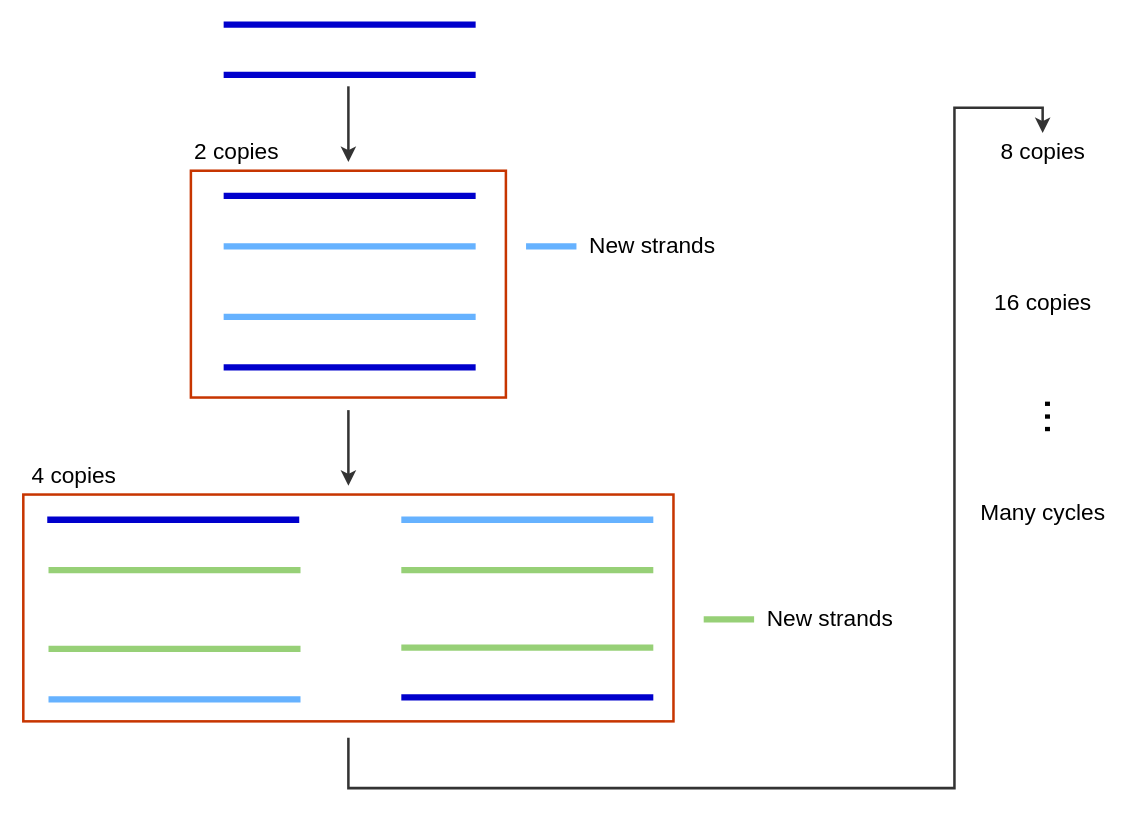
The draw.io diagram PCR.drawio in 16281022/os-lab1, before the edit. Source tidied: cells renumbered, new cells numbered last; positions are measured from the earlier drawing's top-left corner, leaving out a move shared by most shapes. Both pictures are drawn from the tidied source at 126%, with x=0, y=0 at pixel (23, 24).
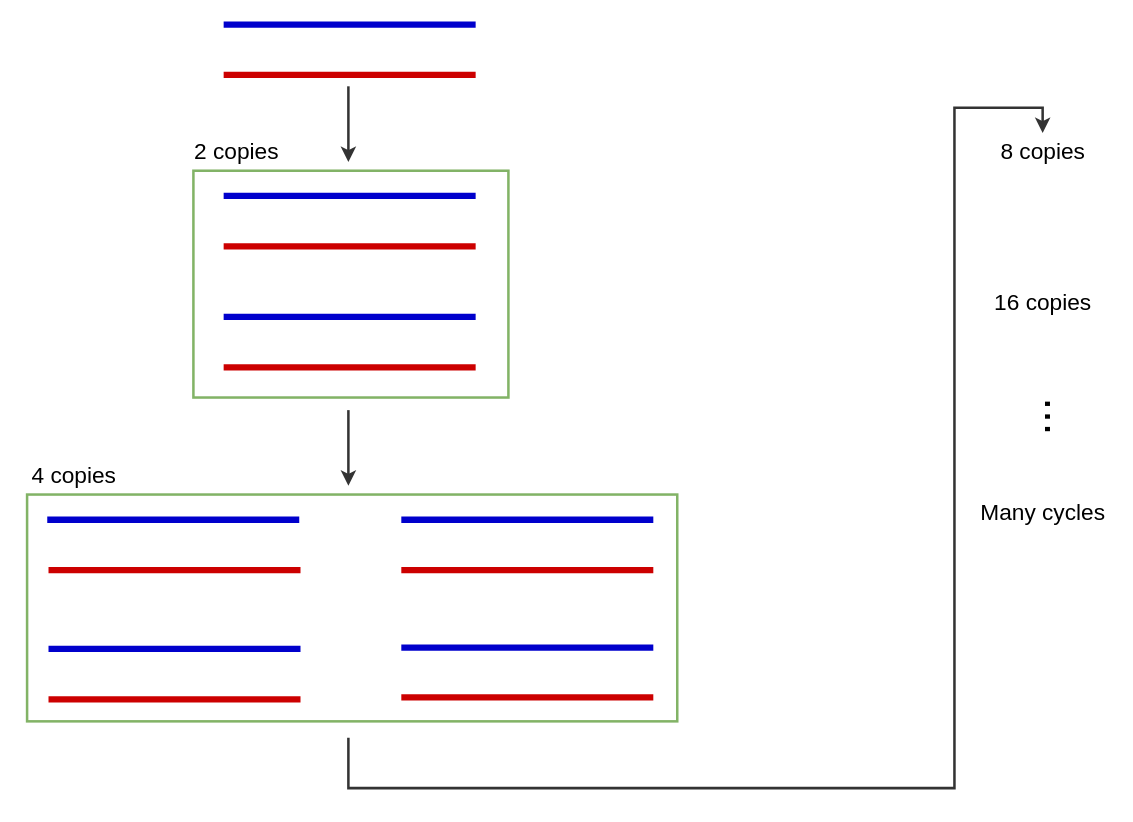
The same page after the edit.

The edit, as a diff of the source:
```diff
@@
-    <mxCell id="3" style="endArrow=none;html=1;rounded=0;strokeWidth=5;strokeColor=#0000CC;" parent="1" edge="1">
+    <mxCell id="3" style="endArrow=none;html=1;rounded=0;strokeWidth=5;strokeColor=#CC0000;" parent="1" edge="1">
       <mxGeometry relative="1" as="geometry">
         <mxPoint x="159" y="40" as="sourcePoint" />
         <mxPoint x="359" y="40" as="targetPoint" />
       </mxGeometry>
     </mxCell>
@@
-    <mxCell id="5" style="endArrow=none;html=1;rounded=0;strokeWidth=5;strokeColor=#0000CC;" parent="1" edge="1">
+    <mxCell id="5" style="endArrow=none;html=1;rounded=0;strokeWidth=5;strokeColor=#CC0000;" parent="1" edge="1">
       <mxGeometry relative="1" as="geometry">
         <mxPoint x="159" y="272" as="sourcePoint" />
         <mxPoint x="359" y="272" as="targetPoint" />
       </mxGeometry>
     </mxCell>
-    <mxCell id="6" style="endArrow=none;html=1;rounded=0;strokeWidth=5;fillColor=#e3c800;strokeColor=#66B2FF;" parent="1" edge="1">
+    <mxCell id="6" style="endArrow=none;html=1;rounded=0;strokeWidth=5;fillColor=#e3c800;strokeColor=#CC0000;" parent="1" edge="1">
       <mxGeometry relative="1" as="geometry">
         <mxPoint x="159" y="176" as="sourcePoint" />
         <mxPoint x="359" y="176" as="targetPoint" />
       </mxGeometry>
     </mxCell>
-    <mxCell id="7" style="endArrow=none;html=1;rounded=0;strokeWidth=5;strokeColor=#66B2FF;" parent="1" edge="1">
+    <mxCell id="7" style="endArrow=none;html=1;rounded=0;strokeWidth=5;strokeColor=#0000CC;" parent="1" edge="1">
       <mxGeometry relative="1" as="geometry">
         <mxPoint x="159" y="232" as="sourcePoint" />
         <mxPoint x="359" y="232" as="targetPoint" />
       </mxGeometry>
     </mxCell>
-    <mxCell id="8" style="endArrow=none;html=1;rounded=0;strokeWidth=5;fillColor=#e3c800;strokeColor=#66B2FF;" parent="1" edge="1">
-      <mxGeometry relative="1" as="geometry">
-        <mxPoint x="399" y="176" as="sourcePoint" />
-        <mxPoint x="439" y="176" as="targetPoint" />
-      </mxGeometry>
-    </mxCell>
-    <mxCell id="9" value="&lt;font style=&quot;font-size: 18px;&quot;&gt;New strands&lt;/font&gt;" style="text;html=1;align=center;verticalAlign=middle;strokeColor=none;fillColor=none;" parent="1" vertex="1">
-      <mxGeometry x="439" y="166" width="120" height="20" as="geometry" />
-    </mxCell>
@@
-    <mxCell id="11" style="rounded=0;whiteSpace=wrap;html=1;fontSize=18;fillColor=none;fontColor=#000000;strokeColor=#C73500;strokeWidth=2;" parent="1" vertex="1">
-      <mxGeometry x="133" y="116" width="250" height="180" as="geometry" />
+    <mxCell id="11" style="rounded=0;whiteSpace=wrap;html=1;fontSize=18;fillColor=none;strokeColor=#82b366;strokeWidth=2;" parent="1" vertex="1">
+      <mxGeometry x="135" y="116" width="250" height="180" as="geometry" />
     </mxCell>
@@
-    <mxCell id="14" style="endArrow=none;html=1;rounded=0;strokeWidth=5;strokeColor=#0000CC;" parent="1" edge="1">
+    <mxCell id="14" style="endArrow=none;html=1;rounded=0;strokeWidth=5;strokeColor=#CC0000;" parent="1" edge="1">
       <mxGeometry relative="1" as="geometry">
         <mxPoint x="300" y="534" as="sourcePoint" />
         <mxPoint x="500" y="534" as="targetPoint" />
       </mxGeometry>
     </mxCell>
-    <mxCell id="15" style="endArrow=none;html=1;rounded=0;strokeWidth=5;fillColor=#e3c800;strokeColor=#66B2FF;" parent="1" edge="1">
+    <mxCell id="15" style="endArrow=none;html=1;rounded=0;strokeWidth=5;fillColor=#e3c800;strokeColor=#CC0000;" parent="1" edge="1">
       <mxGeometry relative="1" as="geometry">
         <mxPoint x="20" y="535.5" as="sourcePoint" />
         <mxPoint x="220" y="535.5" as="targetPoint" />
       </mxGeometry>
     </mxCell>
-    <mxCell id="16" style="endArrow=none;html=1;rounded=0;strokeWidth=5;strokeColor=#66B2FF;" parent="1" edge="1">
+    <mxCell id="16" style="endArrow=none;html=1;rounded=0;strokeWidth=5;strokeColor=#0000CC;" parent="1" edge="1">
       <mxGeometry relative="1" as="geometry">
         <mxPoint x="300" y="393" as="sourcePoint" />
         <mxPoint x="500" y="393" as="targetPoint" />
       </mxGeometry>
     </mxCell>
-    <mxCell id="17" style="endArrow=none;html=1;rounded=0;strokeWidth=5;fillColor=#e3c800;strokeColor=#97D077;" parent="1" edge="1">
-      <mxGeometry relative="1" as="geometry">
-        <mxPoint x="540" y="472" as="sourcePoint" />
-        <mxPoint x="580" y="472" as="targetPoint" />
-      </mxGeometry>
-    </mxCell>
-    <mxCell id="18" value="&lt;font style=&quot;font-size: 18px;&quot;&gt;New strands&lt;/font&gt;" style="text;html=1;align=center;verticalAlign=middle;strokeColor=none;fillColor=none;" parent="1" vertex="1">
-      <mxGeometry x="580" y="462" width="120" height="20" as="geometry" />
-    </mxCell>
@@
-    <mxCell id="20" style="rounded=0;whiteSpace=wrap;html=1;fontSize=18;fillColor=none;fontColor=#000000;strokeColor=#C73500;strokeWidth=2;" parent="1" vertex="1">
-      <mxGeometry y="373" width="516" height="180" as="geometry" />
+    <mxCell id="20" style="rounded=0;whiteSpace=wrap;html=1;fontSize=18;fillColor=none;strokeColor=#82b366;strokeWidth=2;" parent="1" vertex="1">
+      <mxGeometry x="3" y="373" width="516" height="180" as="geometry" />
     </mxCell>
@@
-    <mxCell id="22" style="endArrow=none;html=1;rounded=0;strokeWidth=5;fillColor=#b0e3e6;strokeColor=#97D077;" parent="1" edge="1">
+    <mxCell id="22" style="endArrow=none;html=1;rounded=0;strokeWidth=5;fillColor=#b0e3e6;strokeColor=#CC0000;" parent="1" edge="1">
       <mxGeometry relative="1" as="geometry">
         <mxPoint x="20" y="433" as="sourcePoint" />
         <mxPoint x="220" y="433" as="targetPoint" />
       </mxGeometry>
     </mxCell>
-    <mxCell id="23" style="endArrow=none;html=1;rounded=0;strokeWidth=5;strokeColor=#97D077;" parent="1" edge="1">
+    <mxCell id="23" style="endArrow=none;html=1;rounded=0;strokeWidth=5;strokeColor=#0000CC;" parent="1" edge="1">
       <mxGeometry relative="1" as="geometry">
         <mxPoint x="20" y="495.5" as="sourcePoint" />
         <mxPoint x="220" y="495.5" as="targetPoint" />
       </mxGeometry>
     </mxCell>
-    <mxCell id="24" style="endArrow=none;html=1;rounded=0;strokeWidth=5;fillColor=#b0e3e6;strokeColor=#97D077;" parent="1" edge="1">
+    <mxCell id="24" style="endArrow=none;html=1;rounded=0;strokeWidth=5;fillColor=#b0e3e6;strokeColor=#CC0000;" parent="1" edge="1">
       <mxGeometry relative="1" as="geometry">
         <mxPoint x="300" y="433" as="sourcePoint" />
         <mxPoint x="500" y="433" as="targetPoint" />
       </mxGeometry>
     </mxCell>
-    <mxCell id="25" style="endArrow=none;html=1;rounded=0;strokeWidth=5;strokeColor=#97D077;" parent="1" edge="1">
+    <mxCell id="25" style="endArrow=none;html=1;rounded=0;strokeWidth=5;strokeColor=#0000CC;" parent="1" edge="1">
       <mxGeometry relative="1" as="geometry">
         <mxPoint x="300" y="494.5" as="sourcePoint" />
         <mxPoint x="500" y="494.5" as="targetPoint" />
       </mxGeometry>
     </mxCell>
```
